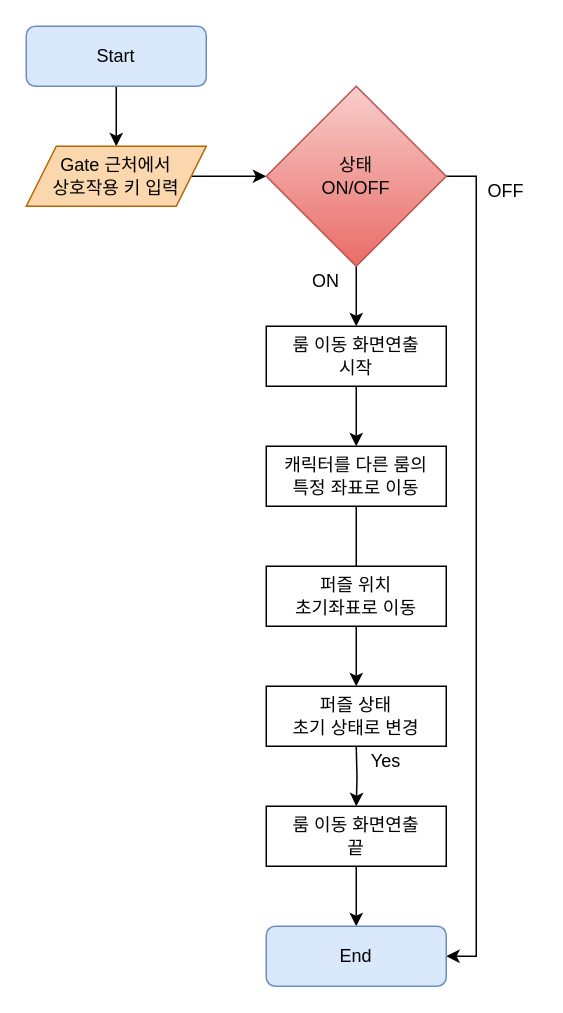
taeseongeom/WA keeps this draw.io diagram as 기획서/차트/플로우차트/room move.drawio. Above is the earlier version. Source tidied: cells renumbered, new cells numbered last; positions are measured from the earlier drawing's top-left corner, leaving out a move shared by most shapes. Both pictures are drawn from the tidied source at 150%, with x=0, y=0 at pixel (26, 26).
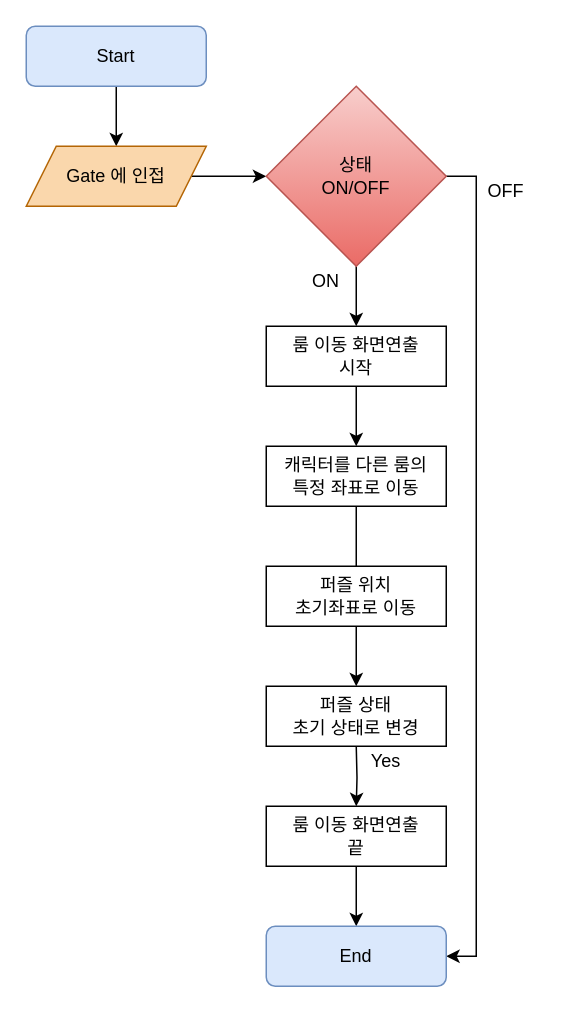
After the change.

The edit, as a diff of the source:
```diff
@@
-    <mxCell id="5" value="Gate 근처에서&lt;br&gt;상호작용 키 입력" style="shape=parallelogram;perimeter=parallelogramPerimeter;whiteSpace=wrap;html=1;fixedSize=1;fillColor=#fad7ac;strokeColor=#b46504;" parent="1" vertex="1">
+    <mxCell id="5" value="Gate 에 인접" style="shape=parallelogram;perimeter=parallelogramPerimeter;whiteSpace=wrap;html=1;fixedSize=1;fillColor=#fad7ac;strokeColor=#b46504;" parent="1" vertex="1">
       <mxGeometry y="80" width="120" height="40" as="geometry" />
     </mxCell>
```
